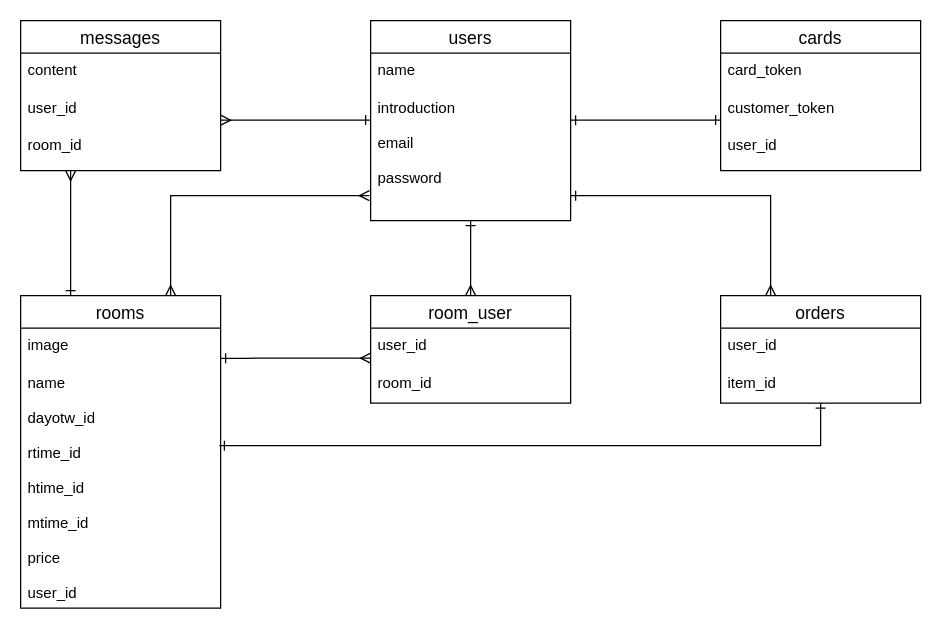
Before: test.dio in no-ru-kk/each-talk, a draw.io diagram. Source tidied: cells renumbered, new cells numbered last; positions are measured from the earlier drawing's top-left corner, leaving out a move shared by most shapes. Both pictures are drawn from the tidied source at 125%, with x=0, y=0 at pixel (20, 20).
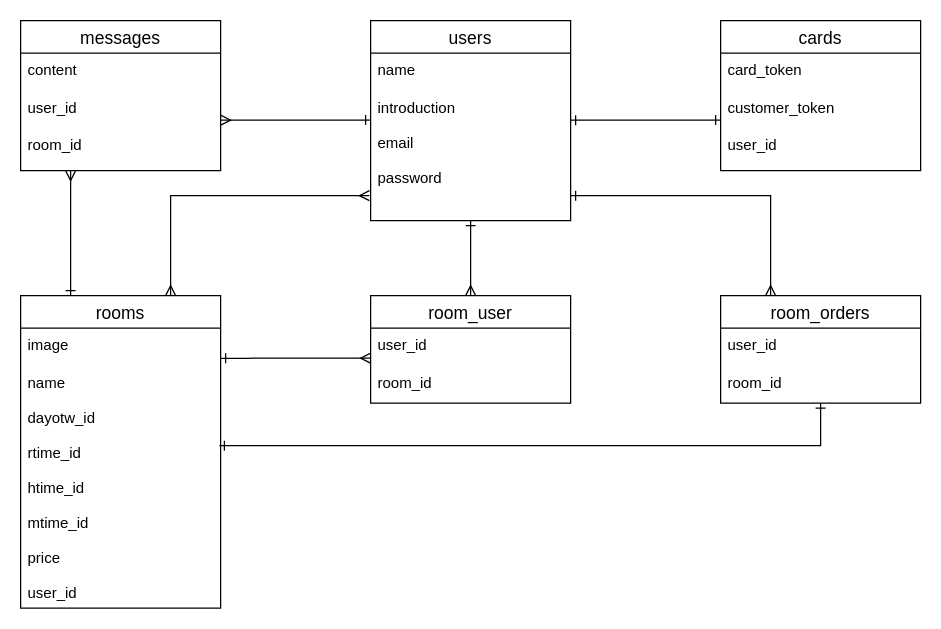
Above is the later version.

The edit, as a diff of the source:
```diff
@@
-    <mxCell id="14" value="orders" style="swimlane;fontStyle=0;horizontal=1;startSize=26;align=center;fontSize=14;" parent="1" vertex="1">
+    <mxCell id="14" value="room_orders" style="swimlane;fontStyle=0;horizontal=1;startSize=26;align=center;fontSize=14;" parent="1" vertex="1">
       <mxGeometry x="560" y="220" width="160" height="86" as="geometry" />
     </mxCell>
@@
-    <mxCell id="16" value="item_id" style="text;strokeColor=none;fillColor=none;spacingLeft=4;spacingRight=4;overflow=hidden;fontSize=12;" parent="14" vertex="1">
+    <mxCell id="16" value="room_id" style="text;strokeColor=none;fillColor=none;spacingLeft=4;spacingRight=4;overflow=hidden;fontSize=12;" parent="14" vertex="1">
       <mxGeometry y="56" width="160" height="30" as="geometry" />
     </mxCell>
```
